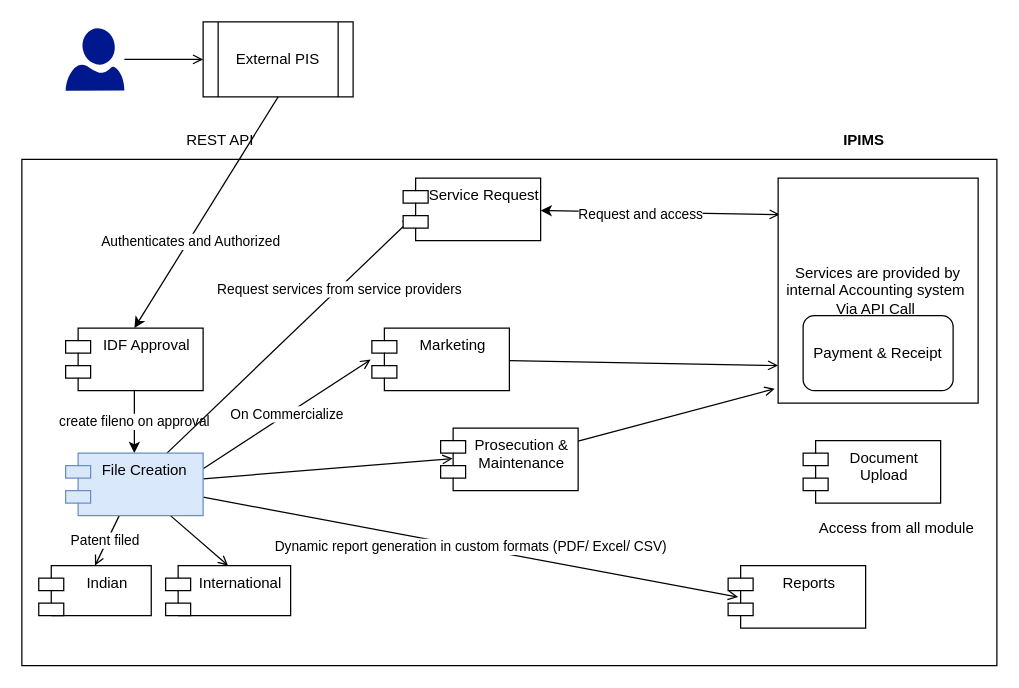
shpriya-bits/github-upload keeps this draw.io diagram as cnc.drawio. Above is the earlier version. Source tidied: cells renumbered, new cells numbered last; positions are measured from the earlier drawing's top-left corner, leaving out a move shared by most shapes. Both pictures are drawn from the tidied source at 125%, with x=0, y=0 at pixel (21, 21).
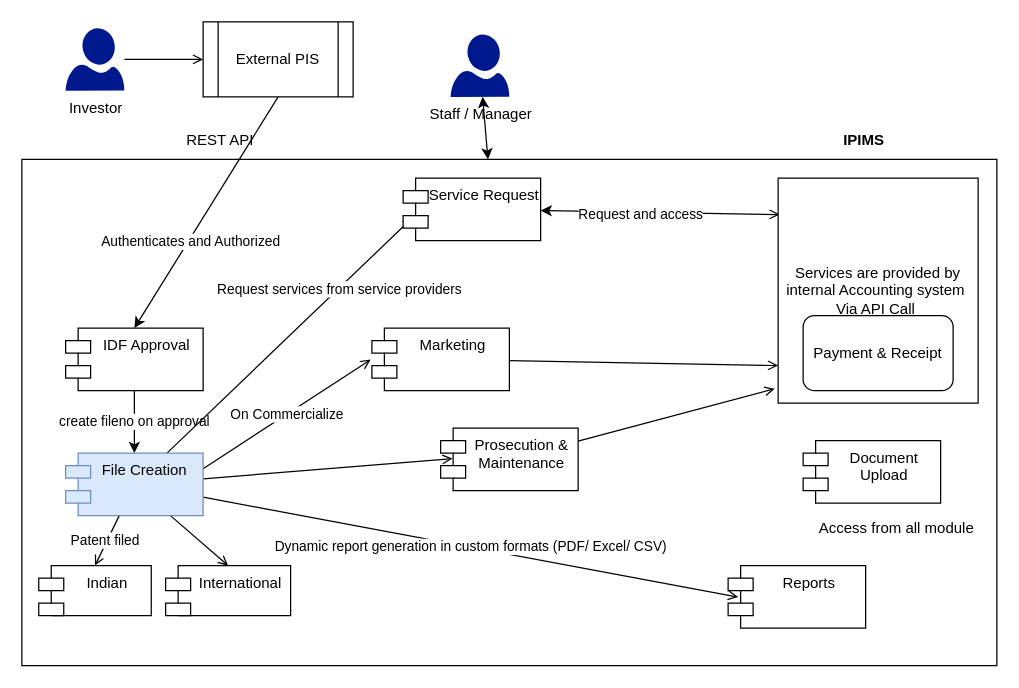
Above is the later version.

The change refers to these unchanged cells:
```xml
<mxCell id="3" style="rounded=0;whiteSpace=wrap;html=1;" parent="1" vertex="1">
  <mxGeometry y="110" width="780" height="405" as="geometry" />
</mxCell>
```

The edit, as a diff of the source:
```diff
@@
-    <mxCell id="5" style="shadow=0;dashed=0;html=1;strokeColor=none;labelPosition=center;verticalLabelPosition=bottom;verticalAlign=top;align=center;fillColor=#00188D;shape=mxgraph.azure.user;" parent="1" vertex="1">
+    <mxCell id="5" value="Investor" style="shadow=0;dashed=0;html=1;strokeColor=none;labelPosition=center;verticalLabelPosition=bottom;verticalAlign=top;align=center;fillColor=#00188D;shape=mxgraph.azure.user;" parent="1" vertex="1">
       <mxGeometry x="35" y="5" width="47" height="50" as="geometry" />
     </mxCell>
@@
+    <mxCell id="36" style="edgeStyle=none;rounded=0;jettySize=auto;html=1;startArrow=classic;startFill=1;" parent="1" edge="1" source="37" target="3">
+      <mxGeometry relative="1" as="geometry" />
+    </mxCell>
+    <mxCell id="37" value="Staff / Manager" style="shadow=0;dashed=0;html=1;strokeColor=none;labelPosition=center;verticalLabelPosition=bottom;verticalAlign=top;align=center;fillColor=#00188D;shape=mxgraph.azure.user;" parent="1" vertex="1">
+      <mxGeometry x="343" y="10" width="47" height="50" as="geometry" />
+    </mxCell>
```
